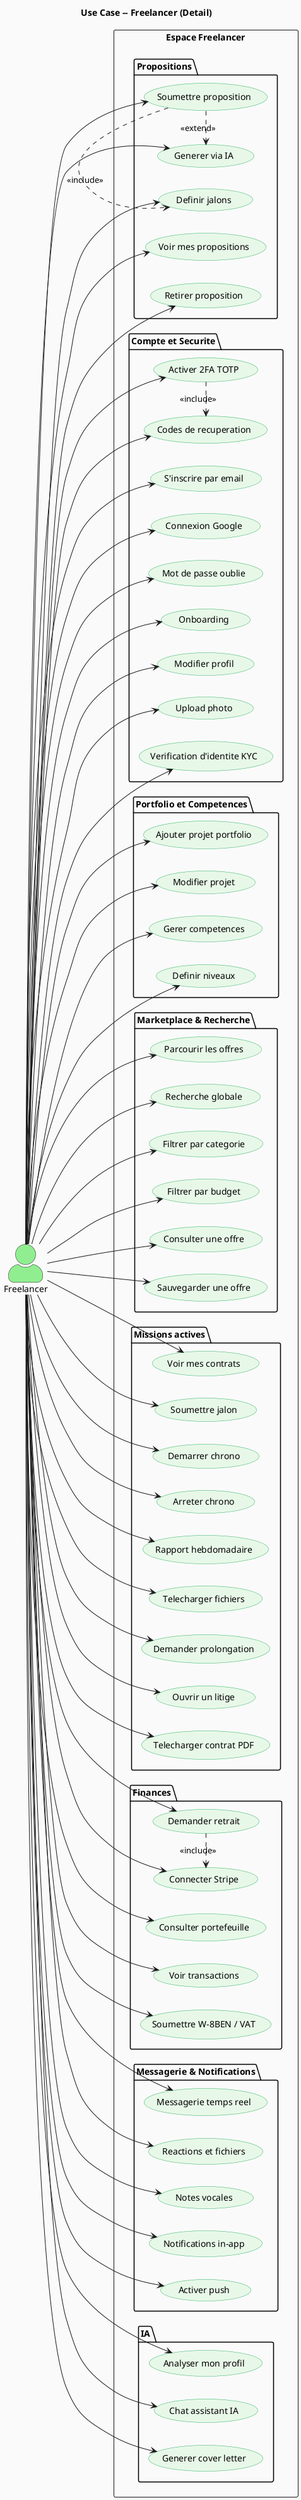
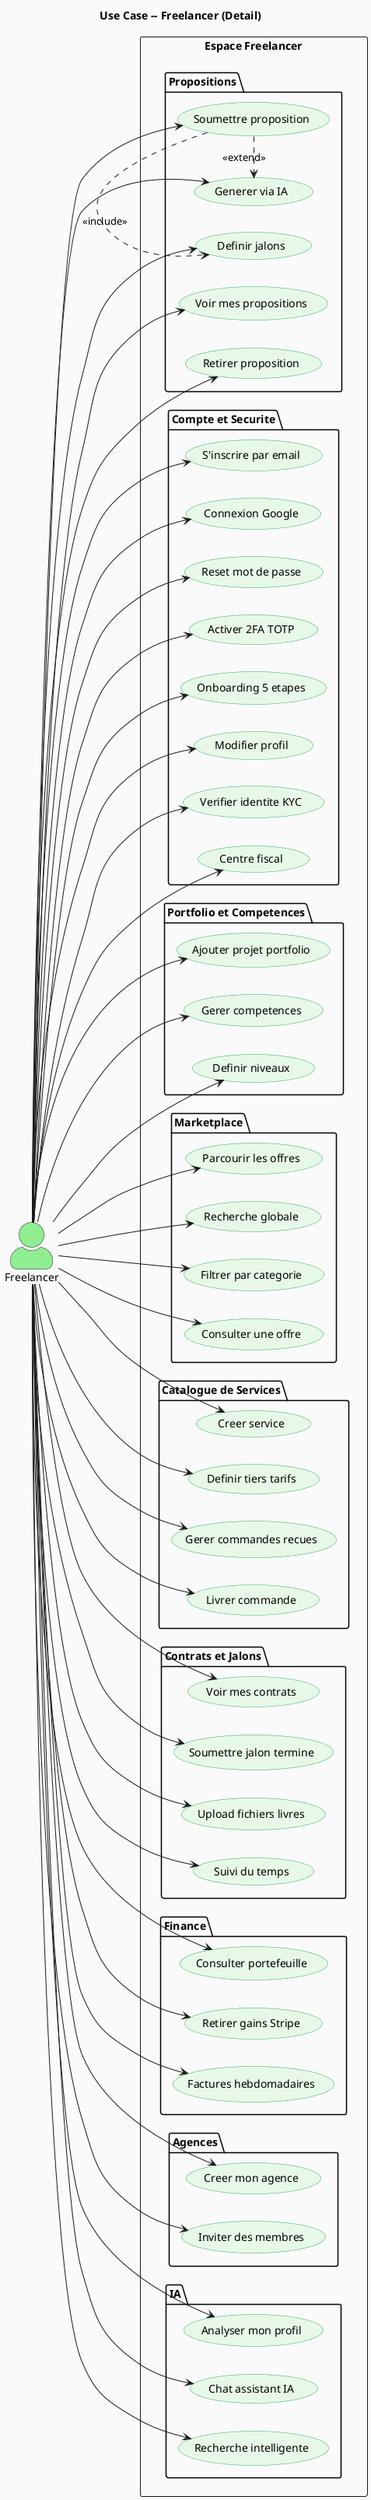
@startuml
skinparam backgroundColor #FAFAFA
skinparam actorStyle awesome
skinparam usecase {
  BackgroundColor #E8F8E8
  BorderColor #27AE60
}
left to right direction
title Use Case -- Freelancer (Detail)

actor "Freelancer" as FL #LightGreen

rectangle "Espace Freelancer" {
  package "Compte et Securite" {
-     (S'inscrire par email)        as REG
-     (Connexion Google)            as GOOGLE
-     (Mot de passe oublie)         as FORGOT
-     (Activer 2FA TOTP)            as TFA
-     (Codes de recuperation)       as RCODES
-     (Onboarding)                  as OB
-     (Modifier profil)             as EDIT
-     (Upload photo)                as PHOTO
-     (Verification d'identite KYC) as KYC
+     (S'inscrire par email) as REG
+     (Connexion Google) as GOOGLE
+     (Reset mot de passe) as RESET
+     (Activer 2FA TOTP) as TFA
+     (Onboarding 5 etapes) as OB
+     (Modifier profil) as EDIT
+     (Verifier identite KYC) as KYC
+     (Centre fiscal) as TAX
  }
  package "Portfolio et Competences" {
-     (Ajouter projet portfolio)    as PORT
-     (Modifier projet)             as EDITP
-     (Gerer competences)           as SKILL
-     (Definir niveaux)             as LEVEL
+     (Ajouter projet portfolio) as PORT
+     (Gerer competences) as SKILL
+     (Definir niveaux) as LEVEL
  }
-   package "Marketplace & Recherche" {
-     (Parcourir les offres)        as BROWSE
-     (Recherche globale)           as SEARCH
-     (Filtrer par categorie)       as FCAT
-     (Filtrer par budget)          as FBUD
-     (Consulter une offre)         as VIEW
-     (Sauvegarder une offre)       as SAVE
+   package "Marketplace" {
+     (Parcourir les offres) as BROWSE
+     (Recherche globale) as GSEARCH
+     (Filtrer par categorie) as FCAT
+     (Consulter une offre) as VIEW
+   }
+   package "Catalogue de Services" {
+     (Creer service) as CCAT
+     (Definir tiers tarifs) as TIER
+     (Gerer commandes recues) as CORD
+     (Livrer commande) as DELIVER
  }
  package "Propositions" {
-     (Soumettre proposition)       as SUB
-     (Generer via IA)              as AI
-     (Definir jalons)              as MIL
-     (Voir mes propositions)       as MYPROP
-     (Retirer proposition)         as WITHD
+     (Soumettre proposition) as SUB
+     (Generer via IA) as AIR
+     (Definir jalons) as MIL
+     (Voir mes propositions) as MYPROP
+     (Retirer proposition) as WITHD
  }
-   package "Missions actives" {
-     (Voir mes contrats)           as CONTRACT
-     (Soumettre jalon)             as SUBM
-     (Demarrer chrono)             as TSTART
-     (Arreter chrono)              as TSTOP
-     (Rapport hebdomadaire)        as TWK
-     (Telecharger fichiers)        as FILES
-     (Demander prolongation)       as EXT
-     (Ouvrir un litige)            as DISP
-     (Telecharger contrat PDF)     as PDF
+   package "Contrats et Jalons" {
+     (Voir mes contrats) as CONTRACT
+     (Soumettre jalon termine) as SUBM
+     (Upload fichiers livres) as UPLOAD
+     (Suivi du temps) as TIMER
  }
-   package "Finances" {
-     (Consulter portefeuille)      as WAL
-     (Voir transactions)           as TXN
-     (Connecter Stripe)            as SC
-     (Demander retrait)            as CASH
-     (Soumettre W-8BEN / VAT)      as TAX
+   package "Finance" {
+     (Consulter portefeuille) as WAL
+     (Retirer gains Stripe) as CASH
+     (Factures hebdomadaires) as WINV
  }
-   package "Messagerie & Notifications" {
-     (Messagerie temps reel)       as MSG
-     (Reactions et fichiers)       as MEDIA
-     (Notes vocales)               as VOICE
-     (Notifications in-app)        as NOTIF
-     (Activer push)                as PUSH
+   package "Agences" {
+     (Creer mon agence) as CAGENCY
+     (Inviter des membres) as CINV
  }
  package "IA" {
-     (Analyser mon profil)         as ANAL
-     (Chat assistant IA)           as CHAT
-     (Generer cover letter)        as COV
+     (Analyser mon profil) as ANAL
+     (Chat assistant IA) as CHAT
+     (Recherche intelligente) as SMART
  }
}

FL --> REG
FL --> GOOGLE
- FL --> FORGOT
+ FL --> RESET
FL --> TFA
- FL --> RCODES
FL --> OB
FL --> EDIT
- FL --> PHOTO
FL --> KYC
+ FL --> TAX
FL --> PORT
- FL --> EDITP
FL --> SKILL
FL --> LEVEL
FL --> BROWSE
- FL --> SEARCH
+ FL --> GSEARCH
FL --> FCAT
- FL --> FBUD
FL --> VIEW
- FL --> SAVE
+ FL --> CCAT
+ FL --> TIER
+ FL --> CORD
+ FL --> DELIVER
FL --> SUB
- FL --> AI
+ FL --> AIR
FL --> MIL
FL --> MYPROP
FL --> WITHD
FL --> CONTRACT
FL --> SUBM
- FL --> TSTART
- FL --> TSTOP
- FL --> TWK
- FL --> FILES
- FL --> EXT
- FL --> DISP
- FL --> PDF
+ FL --> UPLOAD
+ FL --> TIMER
FL --> WAL
- FL --> TXN
- FL --> SC
FL --> CASH
- FL --> TAX
- FL --> MSG
- FL --> MEDIA
- FL --> VOICE
- FL --> NOTIF
- FL --> PUSH
+ FL --> WINV
+ FL --> CAGENCY
+ FL --> CINV
FL --> ANAL
FL --> CHAT
- FL --> COV
+ FL --> SMART

- SUB     .> AI      : <<extend>>
- SUB     .> MIL     : <<include>>
- TFA     .> RCODES  : <<include>>
- CASH    .> SC      : <<include>>
- @enduml
+ SUB .> AIR : <<extend>>
+ SUB .> MIL : <<include>>
+ @enduml